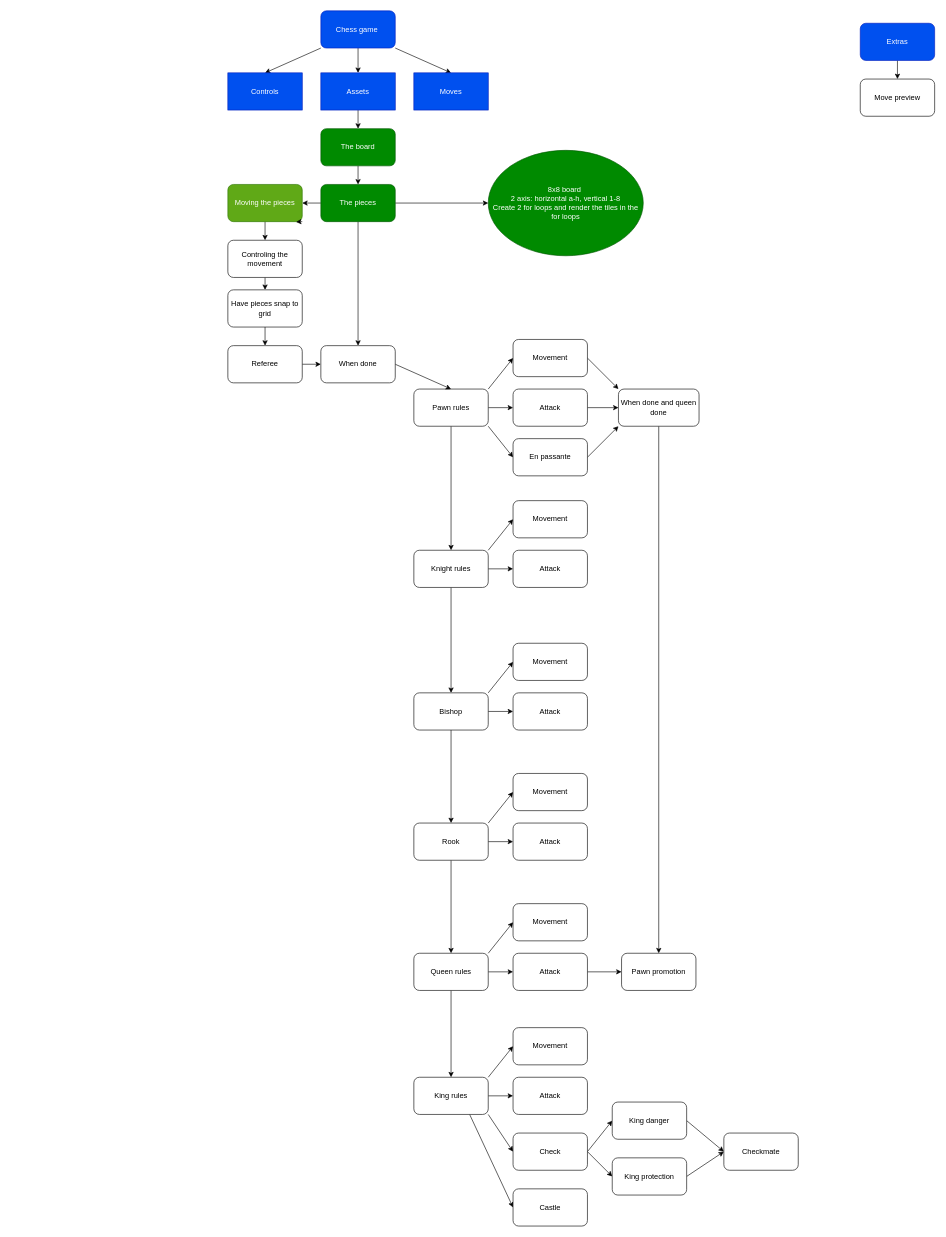
StolenMango/Chess-game keeps this draw.io diagram as plan.drawio. Above is the earlier version. Source tidied: cells renumbered, new cells numbered last; positions are measured from the earlier drawing's top-left corner, leaving out a move shared by most shapes. Both pictures are drawn from the tidied source at 62%, with x=0, y=0 at pixel (228, 11).
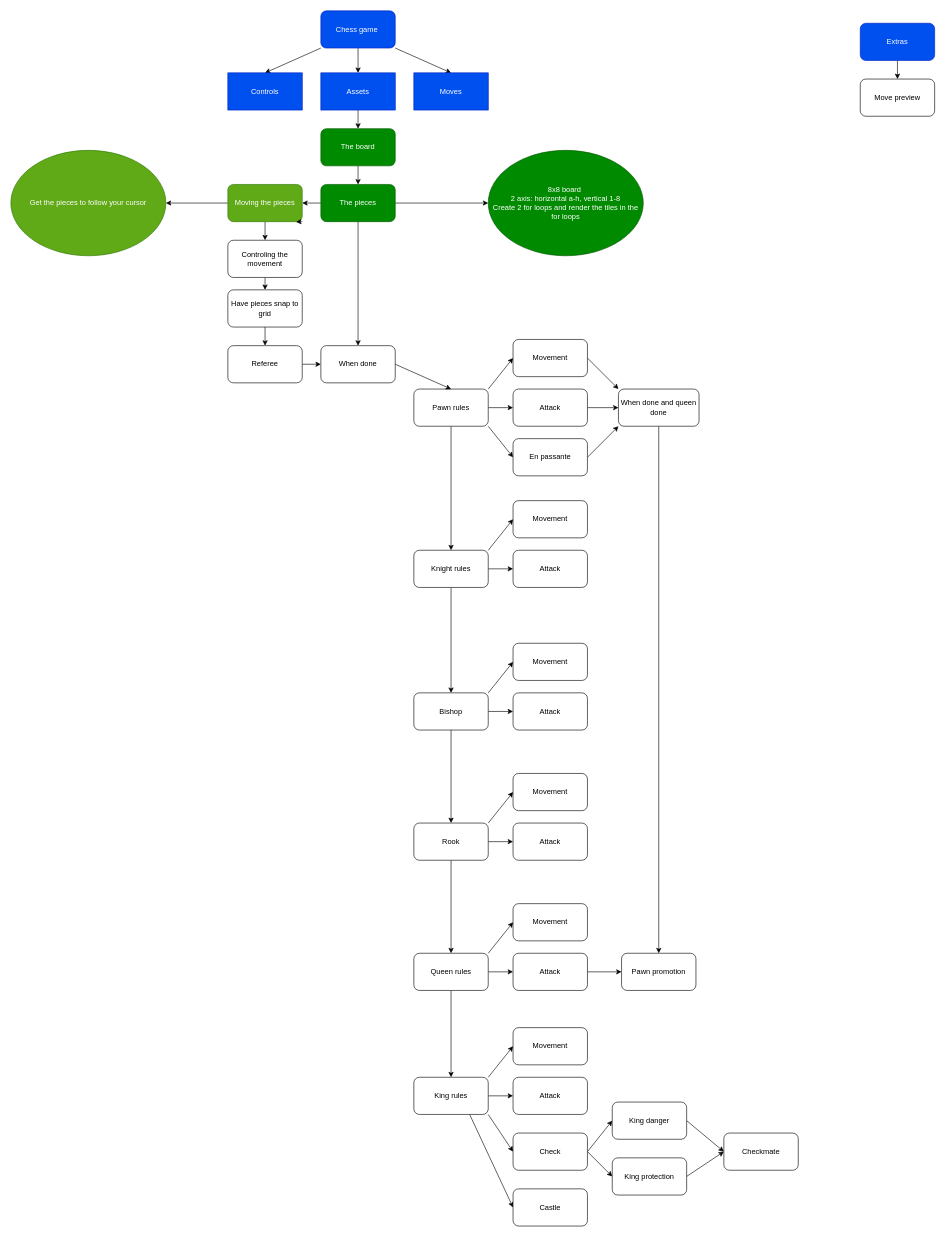
After the change.

Commit message (it also covers changes not shown here):
piece move progress

The change refers to these unchanged cells:
```xml
<mxCell id="13" value="Moving the pieces" style="rounded=1;whiteSpace=wrap;html=1;fillColor=#60a917;fontColor=#ffffff;strokeColor=#2D7600;" parent="1" vertex="1">
  <mxGeometry y="280" width="120" height="60" as="geometry" />
</mxCell>
```

Diff of the diagram source:
```diff
@@
+    <mxCell id="86" style="edgeStyle=none;html=1;exitX=0;exitY=0.5;exitDx=0;exitDy=0;entryX=1;entryY=0.5;entryDx=0;entryDy=0;" parent="1" edge="1" source="13" target="87">
+      <mxGeometry relative="1" as="geometry" />
+    </mxCell>
@@
+    <mxCell id="87" value="Get the pieces to follow your cursor" style="ellipse;whiteSpace=wrap;html=1;fillColor=#60a917;fontColor=#ffffff;strokeColor=#2D7600;" parent="1" vertex="1">
+      <mxGeometry x="-350" y="225" width="250" height="170" as="geometry" />
+    </mxCell>
```
